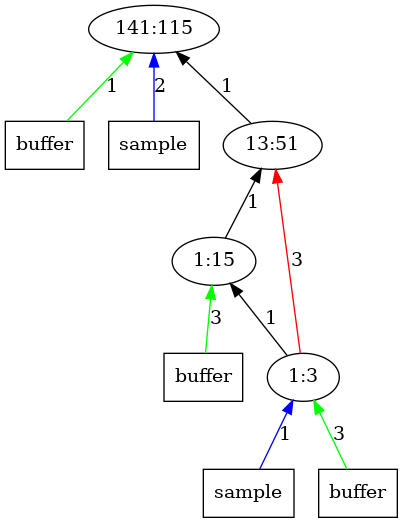
The Graphviz diagram outputImages/op115.png.png in AbhikKhan/MTP_IITG, before a commit. Its source is kept beside it as outputTrees/op115.dot.
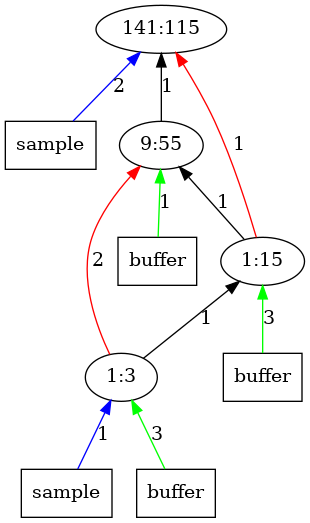
After the commit.

Change to the diagram source:
```diff
@@ -1,18 +1,19 @@
 digraph Tree{
 	rankdir="BT"
-	x12 -> 1 [label = "1", color = "green"];
-	x12 [label = "buffer", shape = "box"];
 	x11 -> 1 [label = "2", color = "blue"];
 	x11 [label = "sample", shape = "box"];
 	1 [label = "141:115"];
+	x22 -> 2 [label = "1", color = "green"];
+	x22 [label = "buffer", shape = "box"];
 	2 -> 1 [label = "1", color = "black"];
-	2 [label = "13:51"];
+	2 [label = "9:55"];
+	3 -> 1 [label = "1", color = "red"];
 	3 -> 2 [label = "1", color = "black"];
 	x32 -> 3 [label = "3", color = "green"];
 	x32 [label = "buffer", shape = "box"];
 	3 [label = "1:15"];
-	4 -> 2 [label = "3", color = "red"];
 	4 -> 3 [label = "1", color = "black"];
+	4 -> 2 [label = "2", color = "red"];
 	x41 -> 4 [label = "1", color = "blue"];
 	x41 [label = "sample", shape = "box"];
 	x42 -> 4 [label = "3", color = "green"];
```
